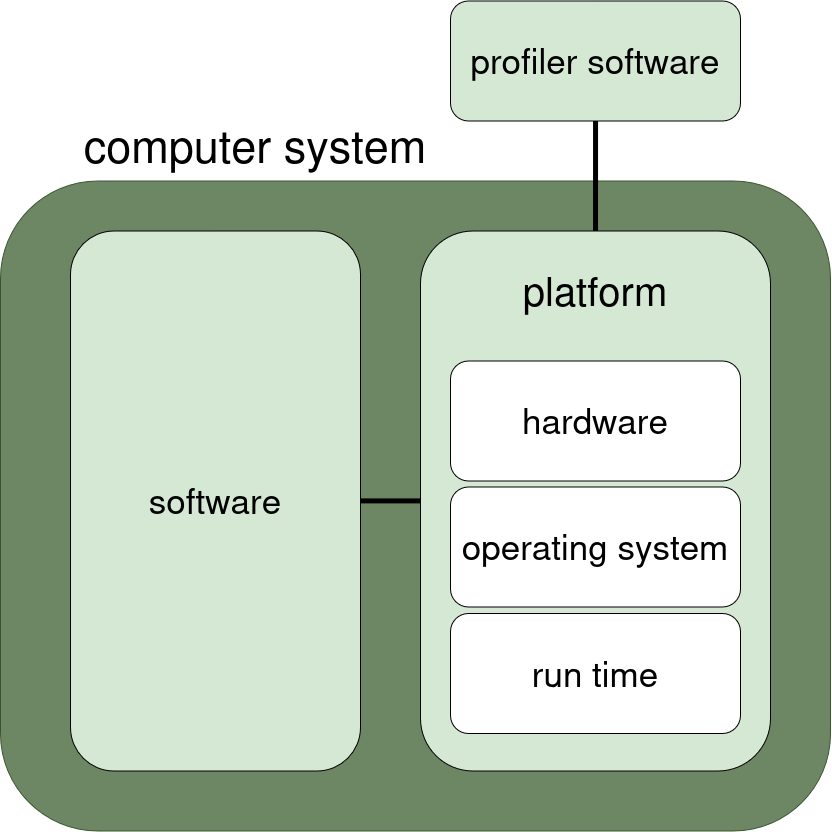
Above: figures/system.png in EarlGreyTT/INF-2204-Project (draw.io), before the change. Source tidied: cells renumbered, new cells last; positions are measured from the earlier drawing's top-left corner, leaving out a move shared by most shapes. The source it was exported from:
```xml
<mxGraphModel>
  <root>
    <mxCell id="0" />
    <mxCell id="1" parent="0" />
    <mxCell id="2" style="rounded=1;whiteSpace=wrap;html=1;fillColor=#6d8764;fontColor=#ffffff;strokeColor=#3A5431;" parent="1" vertex="1">
      <mxGeometry y="180" width="830" height="650" as="geometry" />
    </mxCell>
    <mxCell id="3" style="edgeStyle=orthogonalEdgeStyle;rounded=1;jettySize=auto;html=1;entryX=0;entryY=0.5;entryDx=0;entryDy=0;endArrow=none;endFill=0;strokeWidth=5;" parent="1" edge="1" source="4" target="5">
      <mxGeometry relative="1" as="geometry" />
    </mxCell>
    <mxCell id="4" value="&lt;font style=&quot;font-size: 35px;&quot;&gt;software&lt;/font&gt;" style="rounded=1;whiteSpace=wrap;html=1;fillColor=light-dark(#D5E8D4,#265316);" parent="1" vertex="1">
      <mxGeometry x="70" y="230" width="290" height="540" as="geometry" />
    </mxCell>
    <mxCell id="5" style="rounded=1;whiteSpace=wrap;html=1;fillColor=light-dark(#D5E8D4,#265316);" parent="1" vertex="1">
      <mxGeometry x="420" y="230" width="350" height="540" as="geometry" />
    </mxCell>
    <mxCell id="6" value="&lt;div&gt;&lt;font style=&quot;font-size: 35px;&quot;&gt;hardware&lt;/font&gt;&lt;/div&gt;" style="rounded=1;whiteSpace=wrap;html=1;fillColor=#FFFFFF;" parent="1" vertex="1">
      <mxGeometry x="450" y="360" width="290" height="120" as="geometry" />
    </mxCell>
    <mxCell id="7" value="&lt;font style=&quot;font-size: 35px;&quot;&gt;operating system&lt;/font&gt;" style="rounded=1;whiteSpace=wrap;html=1;fillColor=#FFFFFF;" parent="1" vertex="1">
      <mxGeometry x="450" y="486" width="290" height="120" as="geometry" />
    </mxCell>
    <mxCell id="8" value="&lt;font style=&quot;font-size: 35px;&quot;&gt;run time&lt;/font&gt;" style="rounded=1;whiteSpace=wrap;html=1;fillColor=#FFFFFF;" parent="1" vertex="1">
      <mxGeometry x="450" y="612.5" width="290" height="120" as="geometry" />
    </mxCell>
    <mxCell id="9" value="&lt;font style=&quot;font-size: 40px;&quot;&gt;platform&lt;/font&gt;" style="text;html=1;whiteSpace=wrap;strokeColor=none;fillColor=none;align=center;verticalAlign=middle;rounded=1;" parent="1" vertex="1">
      <mxGeometry x="510" y="260" width="170" height="60" as="geometry" />
    </mxCell>
    <mxCell id="10" value="&lt;font style=&quot;font-size: 45px;&quot;&gt;computer system&lt;/font&gt;" style="text;html=1;whiteSpace=wrap;strokeColor=none;fillColor=none;align=center;verticalAlign=middle;rounded=1;" parent="1" vertex="1">
      <mxGeometry x="70" y="110" width="370" height="70" as="geometry" />
    </mxCell>
    <mxCell id="11" style="edgeStyle=orthogonalEdgeStyle;rounded=1;jettySize=auto;html=1;endArrow=none;endFill=0;strokeWidth=5;" parent="1" edge="1" source="12" target="5">
      <mxGeometry relative="1" as="geometry" />
    </mxCell>
    <mxCell id="12" value="&lt;div&gt;&lt;font style=&quot;font-size: 35px;&quot;&gt;profiler software&lt;/font&gt;&lt;/div&gt;" style="rounded=1;whiteSpace=wrap;html=1;fillColor=#D5E8D4;" parent="1" vertex="1">
      <mxGeometry x="450" width="290" height="120" as="geometry" />
    </mxCell>
  </root>
</mxGraphModel>
```
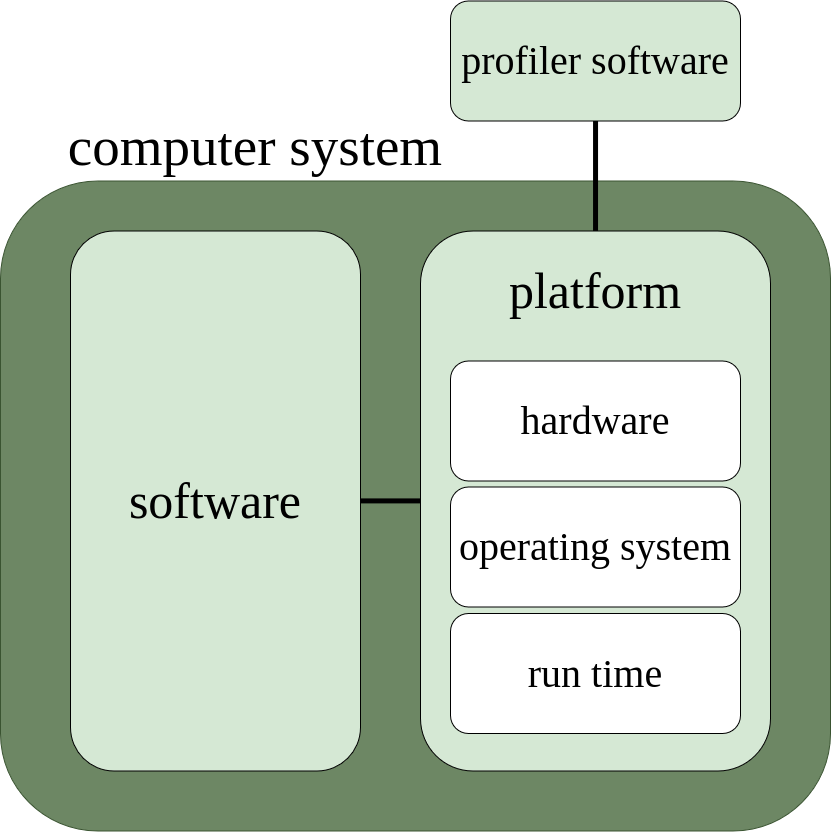
Above is the later version.

Commit message:
Edited font of figure

Change to the diagram source:
```diff
@@ -8,31 +8,31 @@
     <mxCell id="3" style="edgeStyle=orthogonalEdgeStyle;rounded=1;jettySize=auto;html=1;entryX=0;entryY=0.5;entryDx=0;entryDy=0;endArrow=none;endFill=0;strokeWidth=5;" parent="1" edge="1" source="4" target="5">
       <mxGeometry relative="1" as="geometry" />
     </mxCell>
-    <mxCell id="4" value="&lt;font style=&quot;font-size: 35px;&quot;&gt;software&lt;/font&gt;" style="rounded=1;whiteSpace=wrap;html=1;fillColor=light-dark(#D5E8D4,#265316);" parent="1" vertex="1">
+    <mxCell id="4" value="&lt;font face=&quot;Times New Roman&quot; style=&quot;font-size: 50px;&quot;&gt;software&lt;/font&gt;" style="rounded=1;whiteSpace=wrap;html=1;fillColor=light-dark(#D5E8D4,#265316);" parent="1" vertex="1">
       <mxGeometry x="70" y="230" width="290" height="540" as="geometry" />
     </mxCell>
     <mxCell id="5" style="rounded=1;whiteSpace=wrap;html=1;fillColor=light-dark(#D5E8D4,#265316);" parent="1" vertex="1">
       <mxGeometry x="420" y="230" width="350" height="540" as="geometry" />
     </mxCell>
-    <mxCell id="6" value="&lt;div&gt;&lt;font style=&quot;font-size: 35px;&quot;&gt;hardware&lt;/font&gt;&lt;/div&gt;" style="rounded=1;whiteSpace=wrap;html=1;fillColor=#FFFFFF;" parent="1" vertex="1">
+    <mxCell id="6" value="&lt;div&gt;&lt;font face=&quot;Times New Roman&quot; style=&quot;font-size: 40px;&quot;&gt;hardware&lt;/font&gt;&lt;/div&gt;" style="rounded=1;whiteSpace=wrap;html=1;fillColor=#FFFFFF;" parent="1" vertex="1">
       <mxGeometry x="450" y="360" width="290" height="120" as="geometry" />
     </mxCell>
-    <mxCell id="7" value="&lt;font style=&quot;font-size: 35px;&quot;&gt;operating system&lt;/font&gt;" style="rounded=1;whiteSpace=wrap;html=1;fillColor=#FFFFFF;" parent="1" vertex="1">
+    <mxCell id="7" value="&lt;font face=&quot;Times New Roman&quot; style=&quot;font-size: 40px;&quot;&gt;operating system&lt;/font&gt;" style="rounded=1;whiteSpace=wrap;html=1;fillColor=#FFFFFF;" parent="1" vertex="1">
       <mxGeometry x="450" y="486" width="290" height="120" as="geometry" />
     </mxCell>
-    <mxCell id="8" value="&lt;font style=&quot;font-size: 35px;&quot;&gt;run time&lt;/font&gt;" style="rounded=1;whiteSpace=wrap;html=1;fillColor=#FFFFFF;" parent="1" vertex="1">
+    <mxCell id="8" value="&lt;font face=&quot;Times New Roman&quot; style=&quot;font-size: 40px;&quot;&gt;run time&lt;/font&gt;" style="rounded=1;whiteSpace=wrap;html=1;fillColor=#FFFFFF;" parent="1" vertex="1">
       <mxGeometry x="450" y="612.5" width="290" height="120" as="geometry" />
     </mxCell>
-    <mxCell id="9" value="&lt;font style=&quot;font-size: 40px;&quot;&gt;platform&lt;/font&gt;" style="text;html=1;whiteSpace=wrap;strokeColor=none;fillColor=none;align=center;verticalAlign=middle;rounded=1;" parent="1" vertex="1">
-      <mxGeometry x="510" y="260" width="170" height="60" as="geometry" />
+    <mxCell id="9" value="&lt;font face=&quot;Times New Roman&quot; style=&quot;font-size: 50px;&quot;&gt;platform&lt;/font&gt;" style="text;html=1;whiteSpace=wrap;strokeColor=none;fillColor=none;align=center;verticalAlign=middle;rounded=1;" parent="1" vertex="1">
+      <mxGeometry x="495" y="255" width="200" height="70" as="geometry" />
     </mxCell>
-    <mxCell id="10" value="&lt;font style=&quot;font-size: 45px;&quot;&gt;computer system&lt;/font&gt;" style="text;html=1;whiteSpace=wrap;strokeColor=none;fillColor=none;align=center;verticalAlign=middle;rounded=1;" parent="1" vertex="1">
-      <mxGeometry x="70" y="110" width="370" height="70" as="geometry" />
+    <mxCell id="10" value="&lt;font face=&quot;Times New Roman&quot; style=&quot;font-size: 55px;&quot;&gt;computer system&lt;/font&gt;" style="text;html=1;whiteSpace=wrap;strokeColor=none;fillColor=none;align=center;verticalAlign=middle;rounded=1;" parent="1" vertex="1">
+      <mxGeometry x="55" y="105" width="400" height="80" as="geometry" />
     </mxCell>
     <mxCell id="11" style="edgeStyle=orthogonalEdgeStyle;rounded=1;jettySize=auto;html=1;endArrow=none;endFill=0;strokeWidth=5;" parent="1" edge="1" source="12" target="5">
       <mxGeometry relative="1" as="geometry" />
     </mxCell>
-    <mxCell id="12" value="&lt;div&gt;&lt;font style=&quot;font-size: 35px;&quot;&gt;profiler software&lt;/font&gt;&lt;/div&gt;" style="rounded=1;whiteSpace=wrap;html=1;fillColor=#D5E8D4;" parent="1" vertex="1">
+    <mxCell id="12" value="&lt;div&gt;&lt;font face=&quot;Times New Roman&quot; style=&quot;font-size: 40px;&quot;&gt;profiler software&lt;/font&gt;&lt;/div&gt;" style="rounded=1;whiteSpace=wrap;html=1;fillColor=#D5E8D4;" parent="1" vertex="1">
       <mxGeometry x="450" width="290" height="120" as="geometry" />
     </mxCell>
   </root>
```
